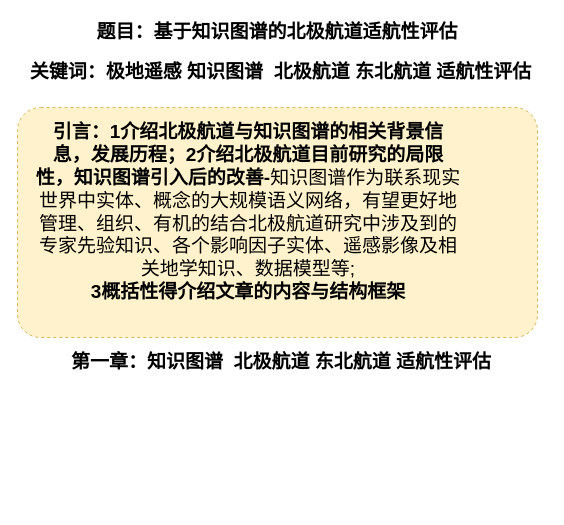
huxinkan517/DRAW.IO keeps this draw.io diagram as 论文框架.drawio. Above is the earlier version. Source tidied: cells renumbered, new cells numbered last; positions are measured from the earlier drawing's top-left corner, leaving out a move shared by most shapes. Both pictures are drawn from the tidied source at 100%, with x=0, y=0 at pixel (17, 17).
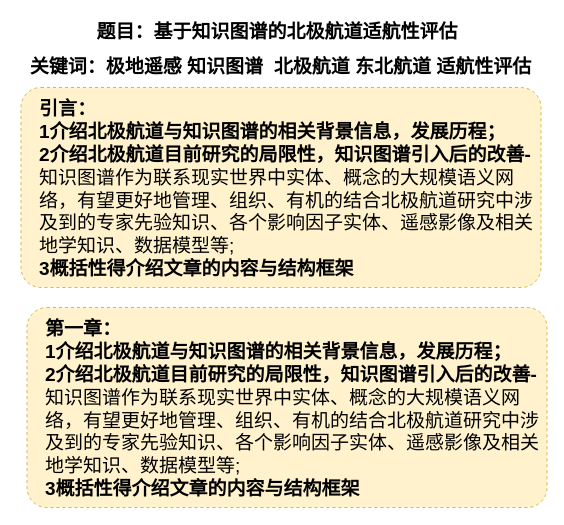
Above is the later version.

Commit message:
更新论文框架.drawio

What changed in the source:
```diff
@@
 <mxGraphModel>
   <root>
     <mxCell id="0" />
     <mxCell id="1" parent="0" />
     <mxCell id="2" style="rounded=1;whiteSpace=wrap;html=1;dashed=1;fillColor=#fff2cc;strokeColor=#d6b656;arcSize=10;" parent="1" vertex="1">
-      <mxGeometry y="90" width="520" height="230" as="geometry" />
+      <mxGeometry x="3.5" y="70" width="520" height="200" as="geometry" />
     </mxCell>
     <mxCell id="3" value="&lt;b style=&quot;font-size: 19px;&quot;&gt;题目：基于知识图谱的北极航道适航性评估&lt;/b&gt;" style="text;html=1;strokeColor=none;fillColor=none;align=center;verticalAlign=middle;whiteSpace=wrap;rounded=0;fontSize=19;" parent="1" vertex="1">
       <mxGeometry x="45" width="430" height="30" as="geometry" />
     </mxCell>
     <mxCell id="4" value="&lt;b style=&quot;font-size: 19px;&quot;&gt;关键词：极地遥感 知识图谱&amp;nbsp; 北极航道 东北航道 适航性评估&lt;/b&gt;" style="text;html=1;strokeColor=none;fillColor=none;align=center;verticalAlign=middle;whiteSpace=wrap;rounded=0;fontSize=19;" parent="1" vertex="1">
-      <mxGeometry x="6" y="40" width="515" height="30" as="geometry" />
+      <mxGeometry x="6" y="35" width="515" height="30" as="geometry" />
     </mxCell>
-    <mxCell id="5" value="&lt;b style=&quot;font-size: 19px;&quot;&gt;第一章：知识图谱&amp;nbsp; 北极航道 东北航道 适航性评估&lt;/b&gt;" style="text;html=1;strokeColor=none;fillColor=none;align=center;verticalAlign=middle;whiteSpace=wrap;rounded=0;fontSize=19;" parent="1" vertex="1">
-      <mxGeometry x="48.5" y="330" width="430" height="30" as="geometry" />
-    </mxCell>
-    <mxCell id="6" value="&lt;b style=&quot;font-size: 19px;&quot;&gt;引言：1介绍北极航道与知识图谱的相关背景信息，发展历程；2介绍北极航道目前研究的局限性，知识图谱引入后的改善-&lt;/b&gt;知识图谱作为联系现实世界中实体、概念的大规模语义网络，有望更好地管理、组织、有机的结合北极航道研究中涉及到的专家先验知识、各个影响因子实体、遥感影像及相关地学知识、数据模型等;&lt;br&gt;&lt;b&gt;3概括性得介绍文章的内容与结构框架&lt;/b&gt;" style="text;html=1;strokeColor=none;fillColor=none;align=center;verticalAlign=middle;whiteSpace=wrap;rounded=0;fontSize=19;" parent="1" vertex="1">
-      <mxGeometry x="16" y="100" width="430" height="190" as="geometry" />
+    <mxCell id="6" value="&lt;b style=&quot;font-size: 19px;&quot;&gt;引言：&lt;br&gt;1介绍北极航道与知识图谱的相关背景信息，发展历程；&lt;br&gt;2介绍北极航道目前研究的局限性，知识图谱引入后的改善-&lt;/b&gt;知识图谱作为联系现实世界中实体、概念的大规模语义网络，有望更好地管理、组织、有机的结合北极航道研究中涉及到的专家先验知识、各个影响因子实体、遥感影像及相关地学知识、数据模型等;&lt;br&gt;&lt;b&gt;3概括性得介绍文章的内容与结构框架&lt;/b&gt;" style="text;html=1;strokeColor=none;fillColor=none;align=left;verticalAlign=middle;whiteSpace=wrap;rounded=0;fontSize=19;" parent="1" vertex="1">
+      <mxGeometry x="19.5" y="77" width="500" height="190" as="geometry" />
     </mxCell>
+    <mxCell id="7" style="rounded=1;whiteSpace=wrap;html=1;dashed=1;fillColor=#fff2cc;strokeColor=#d6b656;arcSize=10;" parent="1" vertex="1">
+      <mxGeometry x="9.5" y="290" width="520" height="200" as="geometry" />
+    </mxCell>
+    <mxCell id="8" value="&lt;b style=&quot;font-size: 19px;&quot;&gt;第一章：&lt;br&gt;1介绍北极航道与知识图谱的相关背景信息，发展历程；&lt;br&gt;2介绍北极航道目前研究的局限性，知识图谱引入后的改善-&lt;/b&gt;知识图谱作为联系现实世界中实体、概念的大规模语义网络，有望更好地管理、组织、有机的结合北极航道研究中涉及到的专家先验知识、各个影响因子实体、遥感影像及相关地学知识、数据模型等;&lt;br&gt;&lt;b&gt;3概括性得介绍文章的内容与结构框架&lt;/b&gt;" style="text;html=1;strokeColor=none;fillColor=none;align=left;verticalAlign=middle;whiteSpace=wrap;rounded=0;fontSize=19;" parent="1" vertex="1">
+      <mxGeometry x="25.5" y="297" width="500" height="190" as="geometry" />
+    </mxCell>
   </root>
 </mxGraphModel>
```
